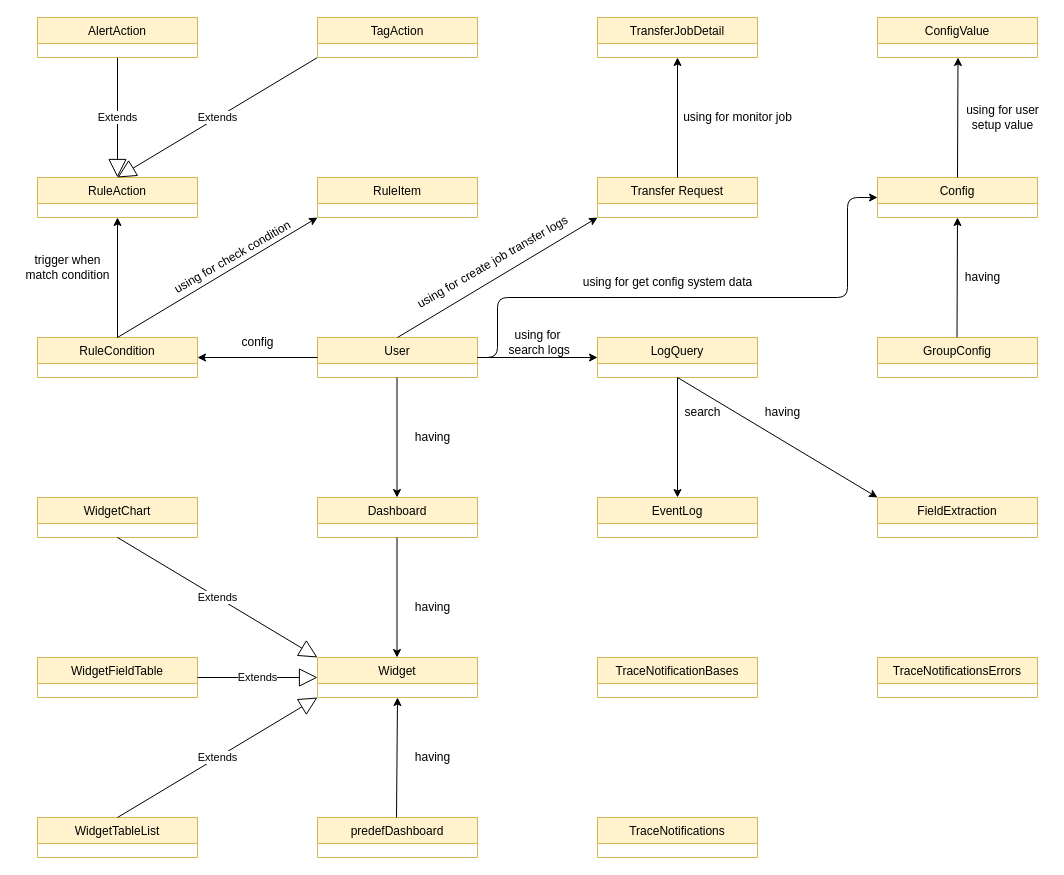
The draw.io diagram Untitled Diagram.drawio in ndhcoder/my-configs, before the edit. Source tidied: cells renumbered, new cells numbered last; positions are measured from the earlier drawing's top-left corner, leaving out a move shared by most shapes. Both pictures are drawn from the tidied source at 100%, with x=0, y=0 at pixel (17, 17).
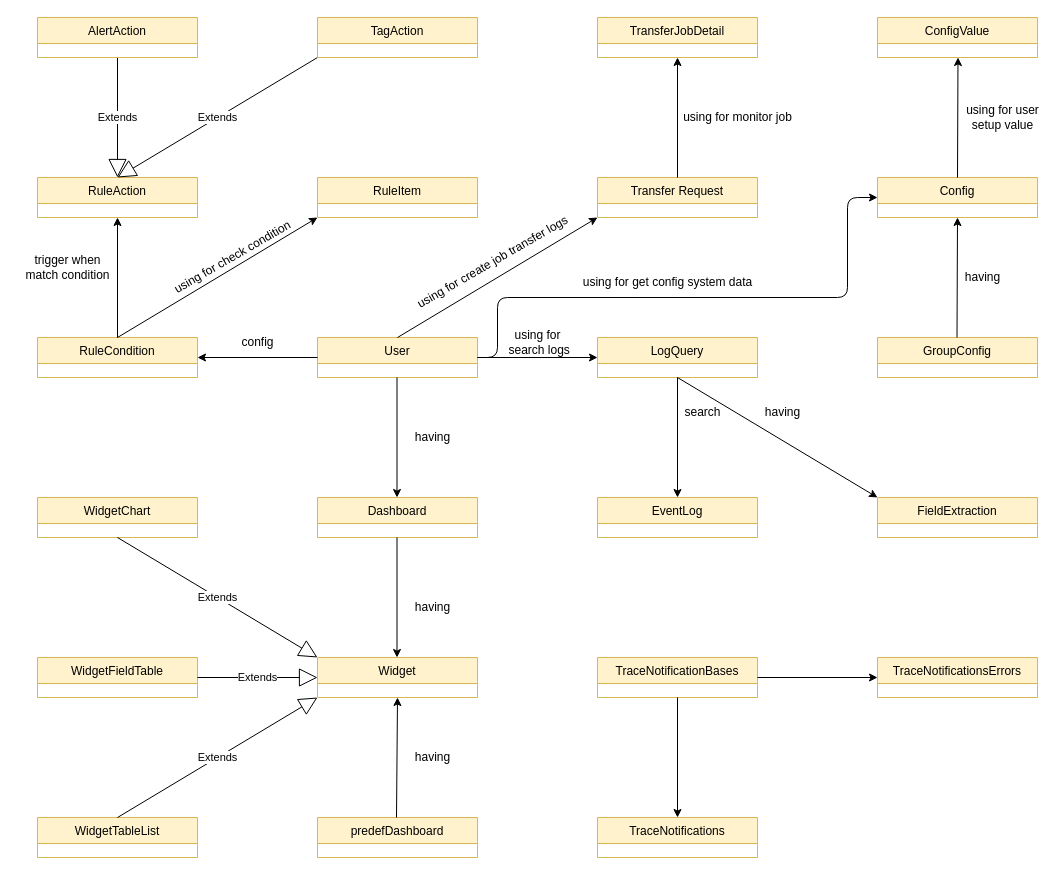
Above is the later version.

The change refers to these unchanged cells:
```xml
<mxCell id="55" value="TraceNotificationBases" style="swimlane;fontStyle=0;align=center;verticalAlign=top;horizontal=1;startSize=26;rounded=0;shadow=0;strokeWidth=1;fillColor=#fff2cc;strokeColor=#d6b656;" parent="1" vertex="1">
  <mxGeometry x="580" y="640" width="160" height="40" as="geometry" />
</mxCell>
<mxCell id="57" value="TraceNotificationsErrors" style="swimlane;fontStyle=0;align=center;verticalAlign=top;horizontal=1;startSize=26;rounded=0;shadow=0;strokeWidth=1;fillColor=#fff2cc;strokeColor=#d6b656;" parent="1" vertex="1">
  <mxGeometry x="860" y="640" width="160" height="40" as="geometry" />
</mxCell>
```

What changed in the source:
```diff
@@
+    <mxCell id="58" style="endArrow=classic;html=1;entryX=0.5;entryY=0;entryDx=0;entryDy=0;exitX=0.5;exitY=1;exitDx=0;exitDy=0;" parent="1" edge="1">
+      <mxGeometry relative="1" as="geometry">
+        <mxPoint x="660" y="680" as="sourcePoint" />
+        <mxPoint x="660" y="800" as="targetPoint" />
+      </mxGeometry>
+    </mxCell>
+    <mxCell id="59" style="endArrow=classic;html=1;entryX=0;entryY=0.5;entryDx=0;entryDy=0;exitX=1;exitY=0.5;exitDx=0;exitDy=0;" parent="1" edge="1" source="55" target="57">
+      <mxGeometry relative="1" as="geometry" />
+    </mxCell>
```
